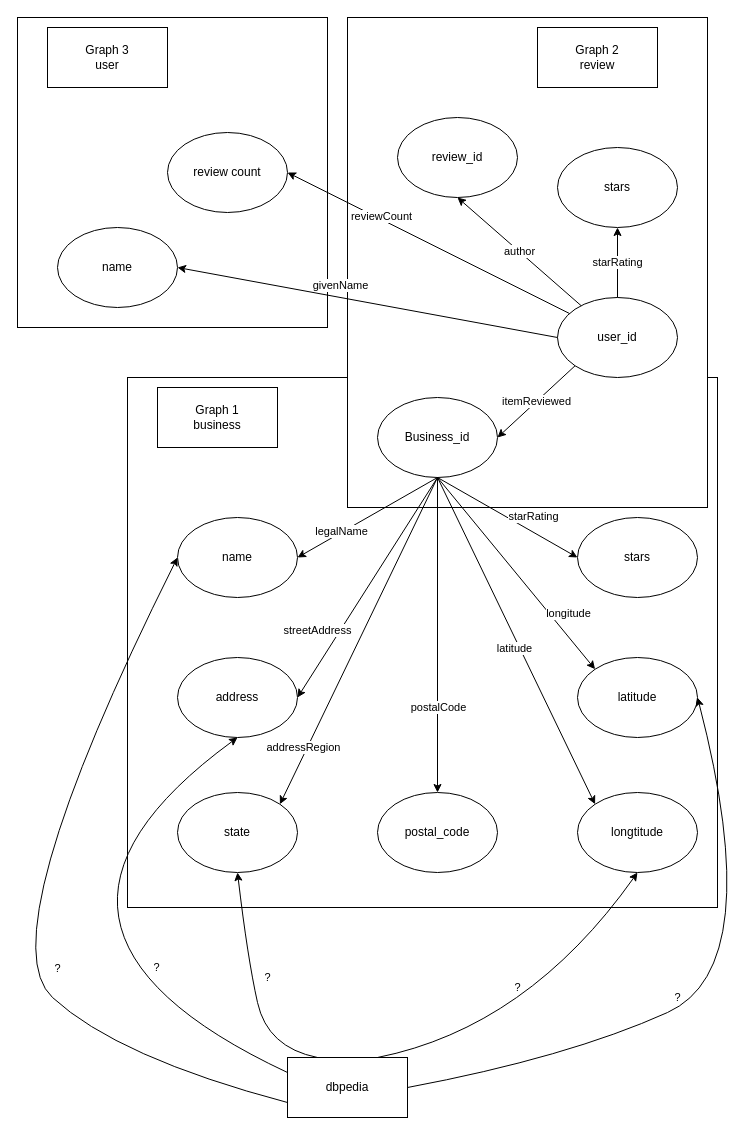
The draw.io diagram schema mapping/first version.drawio in AAU-WebDataScience/F22-DV4-03, before the edit. Source tidied: cells renumbered, new cells numbered last; positions are measured from the earlier drawing's top-left corner, leaving out a move shared by most shapes. Both pictures are drawn from the tidied source at 100%, with x=0, y=0 at pixel (-23, 17).
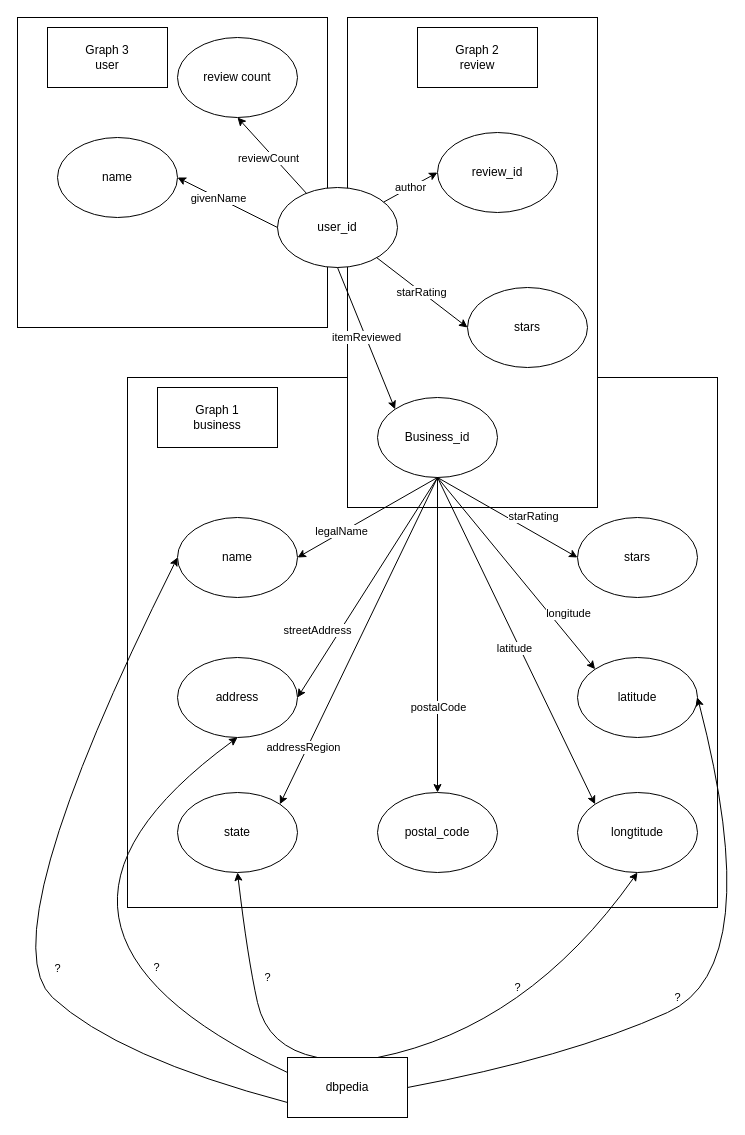
The same page after the edit.

Unchanged cells that the change refers to:
```xml
<mxCell id="5" value="Business_id" style="ellipse;whiteSpace=wrap;html=1;" parent="1" vertex="1">
  <mxGeometry x="400" y="380" width="120" height="80" as="geometry" />
</mxCell>
<mxCell id="33" style="endArrow=classic;html=1;rounded=0;exitX=0;exitY=0.5;exitDx=0;exitDy=0;entryX=1;entryY=0.5;entryDx=0;entryDy=0;" parent="1" edge="1" source="24" target="31">
  <mxGeometry relative="1" as="geometry" />
</mxCell>
```

The edit, as a diff of the source:
```diff
@@
     <mxCell id="4" style="rounded=0;whiteSpace=wrap;html=1;" parent="1" vertex="1">
-      <mxGeometry x="370" width="360" height="490" as="geometry" />
+      <mxGeometry x="370" width="250" height="490" as="geometry" />
     </mxCell>
@@
     <mxCell id="24" value="user_id" style="ellipse;whiteSpace=wrap;html=1;" parent="1" vertex="1">
-      <mxGeometry x="580" y="280" width="120" height="80" as="geometry" />
+      <mxGeometry x="300" y="170" width="120" height="80" as="geometry" />
     </mxCell>
     <mxCell id="25" value="review_id" style="ellipse;whiteSpace=wrap;html=1;" parent="1" vertex="1">
-      <mxGeometry x="420" y="100" width="120" height="80" as="geometry" />
+      <mxGeometry x="460" y="115" width="120" height="80" as="geometry" />
     </mxCell>
     <mxCell id="26" value="stars" style="ellipse;whiteSpace=wrap;html=1;" parent="1" vertex="1">
-      <mxGeometry x="580" y="130" width="120" height="80" as="geometry" />
+      <mxGeometry x="490" y="270" width="120" height="80" as="geometry" />
     </mxCell>
-    <mxCell id="27" value="itemReviewed" style="endArrow=classic;html=1;rounded=0;exitX=0;exitY=1;exitDx=0;exitDy=0;entryX=1;entryY=0.5;entryDx=0;entryDy=0;" parent="1" edge="1" source="24" target="5">
+    <mxCell id="27" value="itemReviewed" style="endArrow=classic;html=1;rounded=0;exitX=0.5;exitY=1;exitDx=0;exitDy=0;entryX=0;entryY=0;entryDx=0;entryDy=0;" parent="1" edge="1" source="24" target="5">
       <mxGeometry relative="1" as="geometry" />
     </mxCell>
-    <mxCell id="28" value="author" style="endArrow=classic;html=1;rounded=0;entryX=0.5;entryY=1;entryDx=0;entryDy=0;" parent="1" edge="1" source="24" target="25">
+    <mxCell id="28" value="author" style="endArrow=classic;html=1;rounded=0;entryX=0;entryY=0.5;entryDx=0;entryDy=0;" parent="1" edge="1" source="24" target="25">
       <mxGeometry relative="1" as="geometry" />
     </mxCell>
-    <mxCell id="29" value="starRating" style="endArrow=classic;html=1;rounded=0;exitX=0.5;exitY=0;exitDx=0;exitDy=0;entryX=0.5;entryY=1;entryDx=0;entryDy=0;" parent="1" edge="1" source="24" target="26">
+    <mxCell id="29" value="starRating" style="endArrow=classic;html=1;rounded=0;entryX=0;entryY=0.5;entryDx=0;entryDy=0;" parent="1" edge="1" source="24" target="26">
       <mxGeometry relative="1" as="geometry" />
     </mxCell>
     <mxCell id="30" value="Graph 2&lt;br&gt;review" style="rounded=0;whiteSpace=wrap;html=1;" parent="1" vertex="1">
-      <mxGeometry x="560" y="10" width="120" height="60" as="geometry" />
+      <mxGeometry x="440" y="10" width="120" height="60" as="geometry" />
     </mxCell>
     <mxCell id="31" value="name" style="ellipse;whiteSpace=wrap;html=1;" parent="1" vertex="1">
-      <mxGeometry x="80" y="210" width="120" height="80" as="geometry" />
+      <mxGeometry x="80" y="120" width="120" height="80" as="geometry" />
     </mxCell>
     <mxCell id="32" value="review count" style="ellipse;whiteSpace=wrap;html=1;" parent="1" vertex="1">
-      <mxGeometry x="190" y="115" width="120" height="80" as="geometry" />
+      <mxGeometry x="200" y="20" width="120" height="80" as="geometry" />
     </mxCell>
@@
     <mxCell id="34" value="givenName" style="edgeLabel;html=1;align=center;verticalAlign=middle;" parent="33" vertex="1">
       <mxGeometry x="-0.23" y="3" relative="1" as="geometry">
-        <mxPoint x="-70" y="-28" as="offset" />
+        <mxPoint x="-20" y="-13" as="offset" />
       </mxGeometry>
     </mxCell>
-    <mxCell id="35" style="endArrow=classic;html=1;rounded=0;entryX=1;entryY=0.5;entryDx=0;entryDy=0;" parent="1" edge="1" source="24" target="32">
+    <mxCell id="35" style="endArrow=classic;html=1;rounded=0;entryX=0.5;entryY=1;entryDx=0;entryDy=0;" parent="1" edge="1" source="24" target="32">
       <mxGeometry relative="1" as="geometry" />
     </mxCell>
     <mxCell id="36" value="reviewCount" style="edgeLabel;html=1;align=center;verticalAlign=middle;" parent="35" vertex="1">
       <mxGeometry x="0.2" y="3" relative="1" as="geometry">
-        <mxPoint x="-18" y="-16" as="offset" />
+        <mxPoint x="5" y="8" as="offset" />
       </mxGeometry>
     </mxCell>
```
